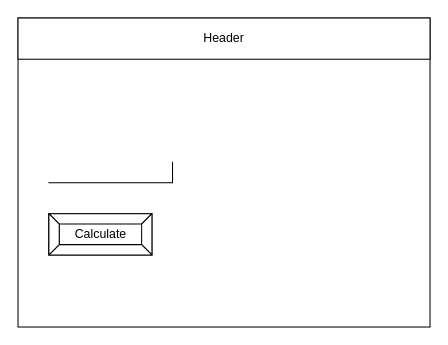
Above: design/story-board.drawio in Liya-Getachew/ICS2O-Unit5-02-JS (draw.io), before the change. Source tidied: cells renumbered, new cells numbered last; positions are measured from the earlier drawing's top-left corner, leaving out a move shared by most shapes. Both pictures are drawn from the tidied source at 103%, with x=0, y=0 at pixel (18, 18).
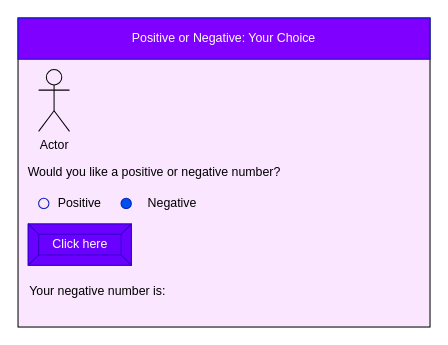
The same diagram, later.

Change to the diagram source:
```diff
@@
 <mxGraphModel>
   <root>
     <mxCell id="0" />
     <mxCell id="1" parent="0" />
-    <mxCell id="2" style="rounded=0;whiteSpace=wrap;html=1;" parent="1" vertex="1">
+    <mxCell id="2" style="rounded=0;whiteSpace=wrap;html=1;fillColor=#FAE6FF;" parent="1" vertex="1">
       <mxGeometry width="400" height="300" as="geometry" />
     </mxCell>
-    <mxCell id="3" value="Header" style="rounded=0;whiteSpace=wrap;html=1;" parent="1" vertex="1">
+    <mxCell id="3" value="Positive or Negative: Your Choice" style="rounded=0;whiteSpace=wrap;html=1;fillColor=#7F00FF;fontColor=#ffffff;strokeColor=#001DBC;" parent="1" vertex="1">
       <mxGeometry width="400" height="40" as="geometry" />
     </mxCell>
-    <mxCell id="4" style="shape=partialRectangle;whiteSpace=wrap;html=1;top=0;left=0;fillColor=none;" parent="1" vertex="1">
-      <mxGeometry x="30" y="140" width="120" height="20" as="geometry" />
-    </mxCell>
-    <mxCell id="5" value="Calculate" style="labelPosition=center;verticalLabelPosition=middle;align=center;html=1;shape=mxgraph.basic.button;dx=10;" parent="1" vertex="1">
-      <mxGeometry x="30" y="190" width="100" height="40" as="geometry" />
+    <mxCell id="5" value="Click here" style="labelPosition=center;verticalLabelPosition=middle;align=center;html=1;shape=mxgraph.basic.button;dx=10;fillColor=#6a00ff;fontColor=#ffffff;strokeColor=#3700CC;" parent="1" vertex="1">
+      <mxGeometry x="10" y="200" width="100" height="40" as="geometry" />
     </mxCell>
+    <mxCell id="6" style="ellipse;whiteSpace=wrap;html=1;fillColor=none;fontColor=#ffffff;strokeColor=#001DBC;" parent="1" vertex="1">
+      <mxGeometry x="20" y="175" width="10" height="10" as="geometry" />
+    </mxCell>
+    <mxCell id="7" value="Positive" style="text;html=1;strokeColor=none;fillColor=none;align=center;verticalAlign=middle;whiteSpace=wrap;rounded=0;fontColor=#000000;" parent="1" vertex="1">
+      <mxGeometry x="30" y="165" width="60" height="30" as="geometry" />
+    </mxCell>
+    <mxCell id="8" style="ellipse;whiteSpace=wrap;html=1;fillColor=#0050ef;fontColor=#ffffff;strokeColor=#001DBC;" parent="1" vertex="1">
+      <mxGeometry x="100" y="175" width="10" height="10" as="geometry" />
+    </mxCell>
+    <mxCell id="9" value="Negative" style="text;html=1;strokeColor=none;fillColor=none;align=center;verticalAlign=middle;whiteSpace=wrap;rounded=0;fontColor=#000000;" parent="1" vertex="1">
+      <mxGeometry x="120" y="165" width="60" height="30" as="geometry" />
+    </mxCell>
+    <mxCell id="10" value="Actor" style="shape=umlActor;verticalLabelPosition=bottom;verticalAlign=top;html=1;fontColor=#000000;fillColor=none;strokeColor=#050505;" parent="1" vertex="1">
+      <mxGeometry x="20" y="50" width="30" height="60" as="geometry" />
+    </mxCell>
+    <mxCell id="11" value="Your negative number is:" style="text;html=1;strokeColor=none;fillColor=none;align=center;verticalAlign=middle;whiteSpace=wrap;rounded=0;fontColor=#000000;" parent="1" vertex="1">
+      <mxGeometry x="5" y="250" width="145" height="30" as="geometry" />
+    </mxCell>
+    <mxCell id="12" value="Would you like a positive or negative number?" style="text;html=1;strokeColor=none;fillColor=none;align=center;verticalAlign=middle;whiteSpace=wrap;rounded=0;fontColor=#000000;" parent="1" vertex="1">
+      <mxGeometry x="5" y="135" width="255" height="30" as="geometry" />
+    </mxCell>
   </root>
 </mxGraphModel>
```
